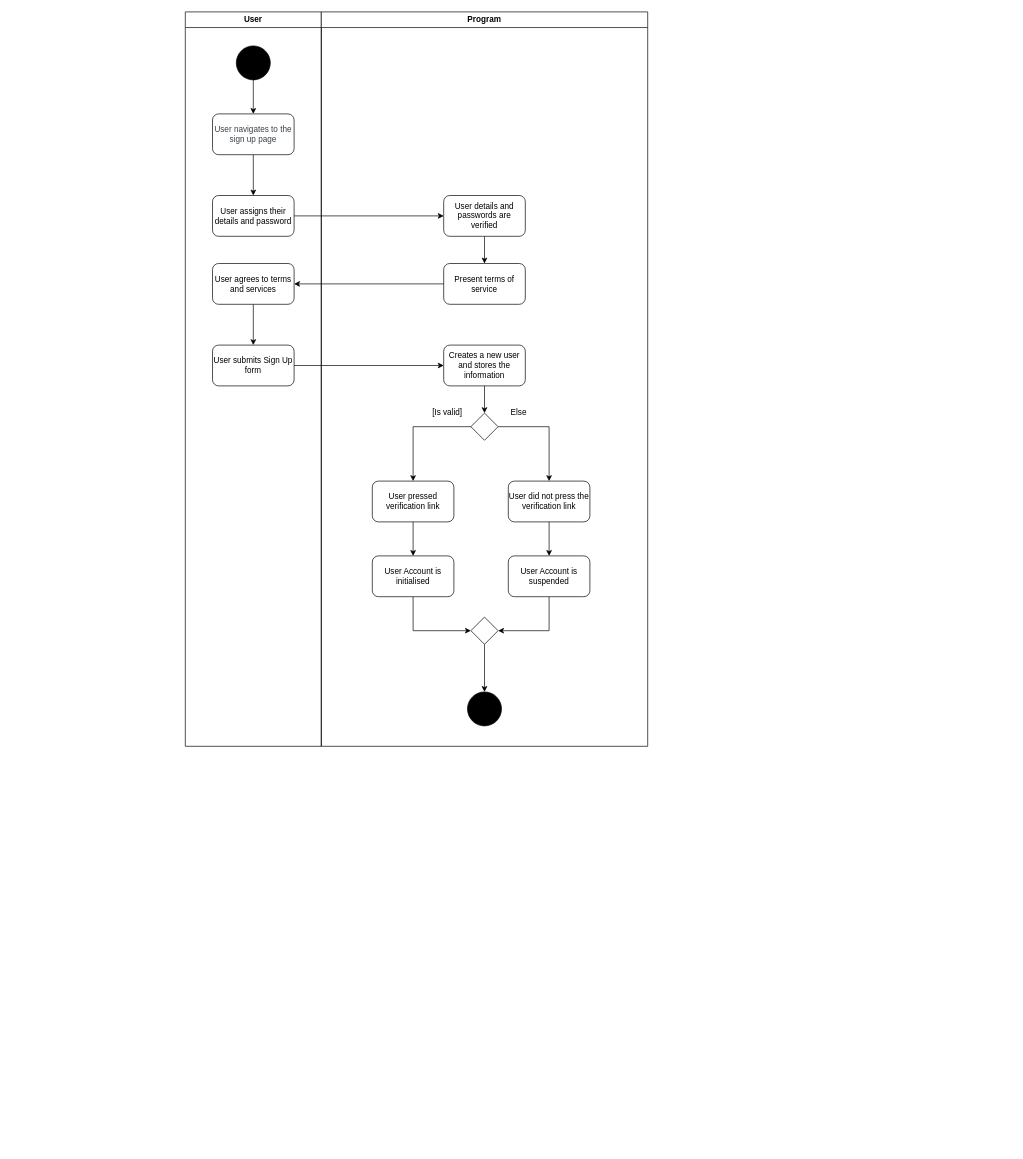
Before: Assignment 3/Activity 1/A3_SignUp_ActivityDiagram.drawio in s3950562/U_IT01_2, a draw.io diagram. Source tidied: cells renumbered, new cells numbered last; positions are measured from the earlier drawing's top-left corner, leaving out a move shared by most shapes. Both pictures are drawn from the tidied source at 68%, with x=0, y=0 at pixel (185, 12).
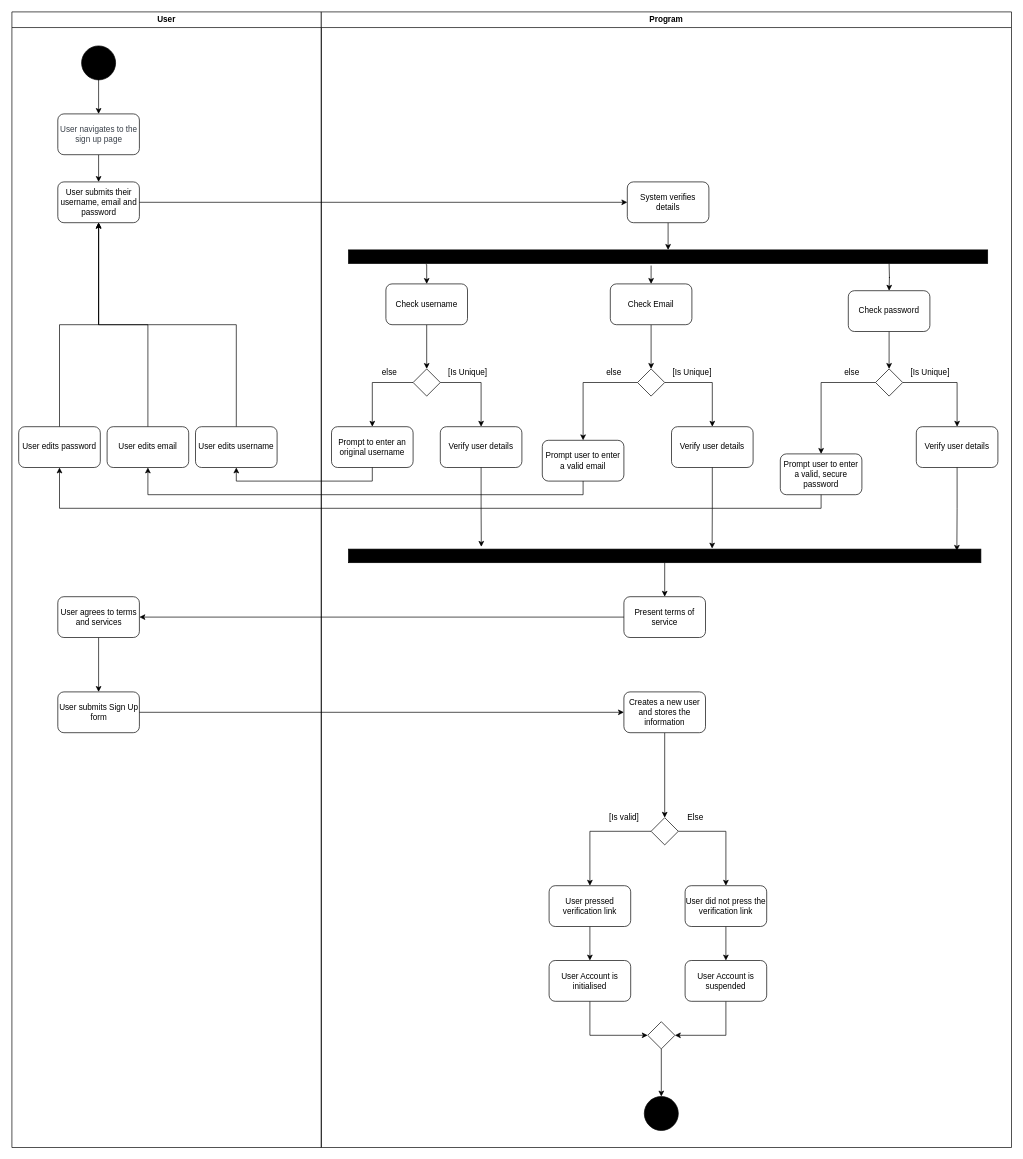
Above is the later version.

What changed in the source:
```diff
@@
     <mxCell id="2" value="User" style="swimlane;whiteSpace=wrap;html=1;" parent="1" vertex="1">
-      <mxGeometry width="200" height="1080" as="geometry" />
+      <mxGeometry x="-255" width="455" height="1670" as="geometry" />
     </mxCell>
-    <mxCell id="3" style="edgeStyle=orthogonalEdgeStyle;rounded=0;jettySize=auto;html=1;" parent="2" edge="1" source="4" target="7">
-      <mxGeometry relative="1" as="geometry" />
-    </mxCell>
+    <mxCell id="36" style="edgeStyle=orthogonalEdgeStyle;rounded=0;jettySize=auto;html=1;" parent="2" edge="1" source="4" target="39">
+      <mxGeometry relative="1" as="geometry" />
+    </mxCell>
     <mxCell id="4" value="&lt;span data-lucid-content=&quot;{&amp;quot;t&amp;quot;:&amp;quot;User navigates to the sign up page&amp;quot;,&amp;quot;m&amp;quot;:[{&amp;quot;s&amp;quot;:0,&amp;quot;n&amp;quot;:&amp;quot;s&amp;quot;,&amp;quot;v&amp;quot;:22.22222222222222,&amp;quot;e&amp;quot;:34},{&amp;quot;s&amp;quot;:0,&amp;quot;n&amp;quot;:&amp;quot;fsp&amp;quot;,&amp;quot;v&amp;quot;:&amp;quot;ss_presetShapeStyle1_textStyle&amp;quot;,&amp;quot;e&amp;quot;:34},{&amp;quot;s&amp;quot;:0,&amp;quot;n&amp;quot;:&amp;quot;fsp2&amp;quot;,&amp;quot;v&amp;quot;:&amp;quot;ss_presetShapeStyle1_textStyle&amp;quot;,&amp;quot;e&amp;quot;:34}]}&quot;&gt;&lt;span style=&quot;color: rgb(58, 65, 74);&quot;&gt;&lt;font style=&quot;font-size: 12px;&quot;&gt;User navigates to the sign up page&lt;/font&gt;&lt;/span&gt;&lt;/span&gt;" style="rounded=1;whiteSpace=wrap;html=1;" parent="2" vertex="1">
-      <mxGeometry x="40" y="150" width="120" height="60" as="geometry" />
+      <mxGeometry x="67.5" y="150" width="120" height="60" as="geometry" />
     </mxCell>
-    <mxCell id="5" style="edgeStyle=orthogonalEdgeStyle;rounded=0;jettySize=auto;html=1;" parent="2" edge="1" source="6" target="4">
-      <mxGeometry relative="1" as="geometry" />
-    </mxCell>
-    <mxCell id="6" style="ellipse;whiteSpace=wrap;html=1;fillColor=#000000;" parent="2" vertex="1">
-      <mxGeometry x="75" y="50" width="50" height="50" as="geometry" />
-    </mxCell>
-    <mxCell id="7" value="User assigns their details and password" style="rounded=1;whiteSpace=wrap;html=1;" parent="2" vertex="1">
-      <mxGeometry x="40" y="270" width="120" height="60" as="geometry" />
-    </mxCell>
+    <mxCell id="37" style="edgeStyle=orthogonalEdgeStyle;rounded=0;jettySize=auto;html=1;" parent="2" edge="1" source="38" target="4">
+      <mxGeometry relative="1" as="geometry" />
+    </mxCell>
+    <mxCell id="38" style="ellipse;whiteSpace=wrap;html=1;fillColor=#000000;" parent="2" vertex="1">
+      <mxGeometry x="102.5" y="50" width="50" height="50" as="geometry" />
+    </mxCell>
+    <mxCell id="39" value="User submits their username, email and password" style="rounded=1;whiteSpace=wrap;html=1;" parent="2" vertex="1">
+      <mxGeometry x="67.5" y="250" width="120" height="60" as="geometry" />
+    </mxCell>
@@
     <mxCell id="9" value="User agrees to terms and services" style="rounded=1;whiteSpace=wrap;html=1;" parent="2" vertex="1">
-      <mxGeometry x="40" y="370" width="120" height="60" as="geometry" />
+      <mxGeometry x="67.5" y="860" width="120" height="60" as="geometry" />
     </mxCell>
     <mxCell id="10" value="User submits Sign Up form" style="rounded=1;whiteSpace=wrap;html=1;" parent="2" vertex="1">
-      <mxGeometry x="40" y="490" width="120" height="60" as="geometry" />
+      <mxGeometry x="67.5" y="1000" width="120" height="60" as="geometry" />
     </mxCell>
+    <mxCell id="40" style="edgeStyle=orthogonalEdgeStyle;rounded=0;jettySize=auto;html=1;exitX=0.5;exitY=0;exitDx=0;exitDy=0;entryX=0.5;entryY=1;entryDx=0;entryDy=0;" parent="2" edge="1" source="41" target="39">
+      <mxGeometry relative="1" as="geometry" />
+    </mxCell>
+    <mxCell id="41" value="User edits username" style="rounded=1;whiteSpace=wrap;html=1;" parent="2" vertex="1">
+      <mxGeometry x="270" y="610" width="120" height="60" as="geometry" />
+    </mxCell>
+    <mxCell id="42" style="edgeStyle=orthogonalEdgeStyle;rounded=0;jettySize=auto;html=1;exitX=0.5;exitY=0;exitDx=0;exitDy=0;" parent="2" edge="1" source="43" target="39">
+      <mxGeometry relative="1" as="geometry" />
+    </mxCell>
+    <mxCell id="43" value="User edits email" style="rounded=1;whiteSpace=wrap;html=1;" parent="2" vertex="1">
+      <mxGeometry x="140" y="610" width="120" height="60" as="geometry" />
+    </mxCell>
+    <mxCell id="44" style="edgeStyle=orthogonalEdgeStyle;rounded=0;jettySize=auto;html=1;exitX=0.5;exitY=0;exitDx=0;exitDy=0;entryX=0.5;entryY=1;entryDx=0;entryDy=0;" parent="2" edge="1" source="45" target="39">
+      <mxGeometry relative="1" as="geometry" />
+    </mxCell>
+    <mxCell id="45" value="User edits password" style="rounded=1;whiteSpace=wrap;html=1;" parent="2" vertex="1">
+      <mxGeometry x="10" y="610" width="120" height="60" as="geometry" />
+    </mxCell>
     <mxCell id="11" value="Program" style="swimlane;whiteSpace=wrap;html=1;" parent="1" vertex="1">
-      <mxGeometry x="200" width="480" height="1080" as="geometry" />
+      <mxGeometry x="200" width="1015" height="1670" as="geometry" />
     </mxCell>
-    <mxCell id="12" style="edgeStyle=orthogonalEdgeStyle;rounded=0;jettySize=auto;html=1;" parent="11" edge="1" source="13" target="14">
-      <mxGeometry relative="1" as="geometry" />
-    </mxCell>
-    <mxCell id="13" value="User details and passwords are verified" style="rounded=1;whiteSpace=wrap;html=1;" parent="11" vertex="1">
-      <mxGeometry x="180" y="270" width="120" height="60" as="geometry" />
-    </mxCell>
+    <mxCell id="46" style="edgeStyle=orthogonalEdgeStyle;rounded=0;jettySize=auto;html=1;exitX=0;exitY=0.5;exitDx=0;exitDy=0;entryX=0.5;entryY=0;entryDx=0;entryDy=0;" parent="11" edge="1" source="48" target="56">
+      <mxGeometry relative="1" as="geometry" />
+    </mxCell>
+    <mxCell id="47" style="edgeStyle=orthogonalEdgeStyle;rounded=0;jettySize=auto;html=1;exitX=1;exitY=0.5;exitDx=0;exitDy=0;entryX=0.5;entryY=0;entryDx=0;entryDy=0;" parent="11" edge="1" source="48" target="55">
+      <mxGeometry relative="1" as="geometry" />
+    </mxCell>
+    <mxCell id="48" style="rhombus;whiteSpace=wrap;html=1;" parent="11" vertex="1">
+      <mxGeometry x="135" y="525" width="40" height="40" as="geometry" />
+    </mxCell>
+    <mxCell id="49" style="edgeStyle=orthogonalEdgeStyle;rounded=0;jettySize=auto;html=1;exitX=0;exitY=0.5;exitDx=0;exitDy=0;" parent="11" edge="1" source="51" target="70">
+      <mxGeometry relative="1" as="geometry" />
+    </mxCell>
+    <mxCell id="50" style="edgeStyle=orthogonalEdgeStyle;rounded=0;jettySize=auto;html=1;exitX=1;exitY=0.5;exitDx=0;exitDy=0;entryX=0.5;entryY=0;entryDx=0;entryDy=0;" parent="11" edge="1" source="51" target="71">
+      <mxGeometry relative="1" as="geometry" />
+    </mxCell>
+    <mxCell id="51" style="rhombus;whiteSpace=wrap;html=1;" parent="11" vertex="1">
+      <mxGeometry x="465" y="525" width="40" height="40" as="geometry" />
+    </mxCell>
+    <mxCell id="52" style="edgeStyle=orthogonalEdgeStyle;rounded=0;jettySize=auto;html=1;exitX=0.5;exitY=1;exitDx=0;exitDy=0;entryX=0.5;entryY=0;entryDx=0;entryDy=0;" parent="11" edge="1" source="53" target="57">
+      <mxGeometry relative="1" as="geometry" />
+    </mxCell>
+    <mxCell id="53" value="System verifies details" style="rounded=1;whiteSpace=wrap;html=1;" parent="11" vertex="1">
+      <mxGeometry x="450" y="250" width="120" height="60" as="geometry" />
+    </mxCell>
+    <mxCell id="54" value="[Is Unique]" style="text;html=1;align=center;verticalAlign=middle;strokeColor=none;fillColor=none;" parent="11" vertex="1">
+      <mxGeometry x="175" y="515" width="80" height="30" as="geometry" />
+    </mxCell>
+    <mxCell id="55" value="Verify user details" style="rounded=1;whiteSpace=wrap;html=1;" parent="11" vertex="1">
+      <mxGeometry x="175" y="610" width="120" height="60" as="geometry" />
+    </mxCell>
+    <mxCell id="56" value="Prompt to enter an original username" style="rounded=1;whiteSpace=wrap;html=1;" parent="11" vertex="1">
+      <mxGeometry x="15" y="610" width="120" height="60" as="geometry" />
+    </mxCell>
+    <mxCell id="57" style="rounded=0;whiteSpace=wrap;html=1;fillColor=#000000;" parent="11" vertex="1">
+      <mxGeometry x="40" y="350" width="940" height="20" as="geometry" />
+    </mxCell>
+    <mxCell id="58" value="else" style="text;html=1;align=center;verticalAlign=middle;strokeColor=none;fillColor=none;" parent="11" vertex="1">
+      <mxGeometry x="75" y="515" width="50" height="30" as="geometry" />
+    </mxCell>
+    <mxCell id="59" style="edgeStyle=orthogonalEdgeStyle;rounded=0;jettySize=auto;html=1;exitX=0.5;exitY=1;exitDx=0;exitDy=0;entryX=0.5;entryY=0;entryDx=0;entryDy=0;" parent="11" edge="1" source="60" target="48">
+      <mxGeometry relative="1" as="geometry" />
+    </mxCell>
+    <mxCell id="60" value="Check username" style="rounded=1;whiteSpace=wrap;html=1;" parent="11" vertex="1">
+      <mxGeometry x="95" y="400" width="120" height="60" as="geometry" />
+    </mxCell>
+    <mxCell id="61" style="edgeStyle=orthogonalEdgeStyle;rounded=0;jettySize=auto;html=1;exitX=0.121;exitY=1.083;exitDx=0;exitDy=0;exitPerimeter=0;entryX=0.5;entryY=0;entryDx=0;entryDy=0;" parent="11" edge="1" source="57" target="60">
+      <mxGeometry relative="1" as="geometry" />
+    </mxCell>
+    <mxCell id="62" style="edgeStyle=orthogonalEdgeStyle;rounded=0;jettySize=auto;html=1;entryX=0.5;entryY=0;entryDx=0;entryDy=0;" parent="11" edge="1" target="64">
+      <mxGeometry relative="1" as="geometry">
+        <mxPoint x="485" y="373" as="sourcePoint" />
+        <Array as="points">
+          <mxPoint x="485" y="373" />
+        </Array>
+      </mxGeometry>
+    </mxCell>
+    <mxCell id="63" style="edgeStyle=orthogonalEdgeStyle;rounded=0;jettySize=auto;html=1;" parent="11" edge="1" source="64" target="51">
+      <mxGeometry relative="1" as="geometry" />
+    </mxCell>
+    <mxCell id="64" value="Check Email" style="rounded=1;whiteSpace=wrap;html=1;" parent="11" vertex="1">
+      <mxGeometry x="425" y="400" width="120" height="60" as="geometry" />
+    </mxCell>
+    <mxCell id="65" style="edgeStyle=orthogonalEdgeStyle;rounded=0;jettySize=auto;html=1;" parent="11" edge="1" source="66" target="69">
+      <mxGeometry relative="1" as="geometry" />
+    </mxCell>
+    <mxCell id="66" value="Check password" style="rounded=1;whiteSpace=wrap;html=1;" parent="11" vertex="1">
+      <mxGeometry x="775" y="410" width="120" height="60" as="geometry" />
+    </mxCell>
+    <mxCell id="67" style="edgeStyle=orthogonalEdgeStyle;rounded=0;jettySize=auto;html=1;exitX=0;exitY=0.5;exitDx=0;exitDy=0;entryX=0.5;entryY=0;entryDx=0;entryDy=0;" parent="11" edge="1" source="69" target="73">
+      <mxGeometry relative="1" as="geometry" />
+    </mxCell>
+    <mxCell id="68" style="edgeStyle=orthogonalEdgeStyle;rounded=0;jettySize=auto;html=1;exitX=1;exitY=0.5;exitDx=0;exitDy=0;" parent="11" edge="1" source="69" target="74">
+      <mxGeometry relative="1" as="geometry" />
+    </mxCell>
+    <mxCell id="69" style="rhombus;whiteSpace=wrap;html=1;" parent="11" vertex="1">
+      <mxGeometry x="815" y="525" width="40" height="40" as="geometry" />
+    </mxCell>
+    <mxCell id="70" value="Prompt user to enter a valid email" style="rounded=1;whiteSpace=wrap;html=1;" parent="11" vertex="1">
+      <mxGeometry x="325" y="630" width="120" height="60" as="geometry" />
+    </mxCell>
+    <mxCell id="71" value="Verify user details" style="rounded=1;whiteSpace=wrap;html=1;" parent="11" vertex="1">
+      <mxGeometry x="515" y="610" width="120" height="60" as="geometry" />
+    </mxCell>
+    <mxCell id="72" style="edgeStyle=orthogonalEdgeStyle;rounded=0;orthogonalLoop=1;jettySize=auto;html=1;" parent="11" edge="1">
+      <mxGeometry relative="1" as="geometry">
+        <mxPoint x="835" y="370" as="sourcePoint" />
+        <mxPoint x="835" y="410" as="targetPoint" />
+      </mxGeometry>
+    </mxCell>
+    <mxCell id="73" value="Prompt user to enter a valid, secure password" style="rounded=1;whiteSpace=wrap;html=1;" parent="11" vertex="1">
+      <mxGeometry x="675" y="650" width="120" height="60" as="geometry" />
+    </mxCell>
+    <mxCell id="74" value="Verify user details" style="rounded=1;whiteSpace=wrap;html=1;" parent="11" vertex="1">
+      <mxGeometry x="875" y="610" width="120" height="60" as="geometry" />
+    </mxCell>
+    <mxCell id="75" value="[Is Unique]" style="text;html=1;align=center;verticalAlign=middle;strokeColor=none;fillColor=none;" parent="11" vertex="1">
+      <mxGeometry x="505" y="515" width="80" height="30" as="geometry" />
+    </mxCell>
+    <mxCell id="76" value="else" style="text;html=1;align=center;verticalAlign=middle;strokeColor=none;fillColor=none;" parent="11" vertex="1">
+      <mxGeometry x="405" y="515" width="50" height="30" as="geometry" />
+    </mxCell>
+    <mxCell id="77" value="[Is Unique]" style="text;html=1;align=center;verticalAlign=middle;strokeColor=none;fillColor=none;" parent="11" vertex="1">
+      <mxGeometry x="855" y="515" width="80" height="30" as="geometry" />
+    </mxCell>
+    <mxCell id="78" value="else" style="text;html=1;align=center;verticalAlign=middle;strokeColor=none;fillColor=none;" parent="11" vertex="1">
+      <mxGeometry x="755" y="515" width="50" height="30" as="geometry" />
+    </mxCell>
+    <mxCell id="79" style="edgeStyle=orthogonalEdgeStyle;rounded=0;jettySize=auto;html=1;exitX=0.5;exitY=1;exitDx=0;exitDy=0;entryX=0.5;entryY=0;entryDx=0;entryDy=0;" parent="11" edge="1" source="80" target="14">
+      <mxGeometry relative="1" as="geometry" />
+    </mxCell>
+    <mxCell id="80" style="rounded=0;whiteSpace=wrap;html=1;fillColor=#000000;" parent="11" vertex="1">
+      <mxGeometry x="40" y="790" width="930" height="20" as="geometry" />
+    </mxCell>
+    <mxCell id="81" style="edgeStyle=orthogonalEdgeStyle;rounded=0;jettySize=auto;html=1;exitX=0.5;exitY=1;exitDx=0;exitDy=0;entryX=0.21;entryY=-0.167;entryDx=0;entryDy=0;entryPerimeter=0;" parent="11" edge="1" source="55" target="80">
+      <mxGeometry relative="1" as="geometry" />
+    </mxCell>
+    <mxCell id="82" style="edgeStyle=orthogonalEdgeStyle;rounded=0;jettySize=auto;html=1;exitX=0.5;exitY=1;exitDx=0;exitDy=0;entryX=0.575;entryY=-0.042;entryDx=0;entryDy=0;entryPerimeter=0;" parent="11" edge="1" source="71" target="80">
+      <mxGeometry relative="1" as="geometry" />
+    </mxCell>
+    <mxCell id="83" style="edgeStyle=orthogonalEdgeStyle;rounded=0;jettySize=auto;html=1;exitX=0.5;exitY=1;exitDx=0;exitDy=0;entryX=0.962;entryY=0.125;entryDx=0;entryDy=0;entryPerimeter=0;" parent="11" edge="1" source="74" target="80">
+      <mxGeometry relative="1" as="geometry" />
+    </mxCell>
     <mxCell id="14" value="Present terms of service" style="rounded=1;whiteSpace=wrap;html=1;" parent="11" vertex="1">
-      <mxGeometry x="180" y="370" width="120" height="60" as="geometry" />
+      <mxGeometry x="445" y="860" width="120" height="60" as="geometry" />
     </mxCell>
-    <mxCell id="15" style="edgeStyle=orthogonalEdgeStyle;rounded=0;jettySize=auto;html=1;exitX=0.5;exitY=1;exitDx=0;exitDy=0;entryX=0.5;entryY=0;entryDx=0;entryDy=0;" parent="11" edge="1" source="16" target="19">
-      <mxGeometry relative="1" as="geometry" />
-    </mxCell>
+    <mxCell id="84" style="edgeStyle=orthogonalEdgeStyle;rounded=0;jettySize=auto;html=1;exitX=0.5;exitY=1;exitDx=0;exitDy=0;entryX=0.5;entryY=0;entryDx=0;entryDy=0;" parent="11" edge="1" source="16" target="87">
+      <mxGeometry relative="1" as="geometry" />
+    </mxCell>
     <mxCell id="16" value="Creates a new user and stores the information" style="rounded=1;whiteSpace=wrap;html=1;" parent="11" vertex="1">
-      <mxGeometry x="180" y="490" width="120" height="60" as="geometry" />
+      <mxGeometry x="445" y="1000" width="120" height="60" as="geometry" />
     </mxCell>
-    <mxCell id="17" style="edgeStyle=orthogonalEdgeStyle;rounded=0;jettySize=auto;html=1;exitX=0;exitY=0.5;exitDx=0;exitDy=0;entryX=0.5;entryY=0;entryDx=0;entryDy=0;" parent="11" edge="1" source="19" target="21">
-      <mxGeometry relative="1" as="geometry" />
-    </mxCell>
-    <mxCell id="18" style="edgeStyle=orthogonalEdgeStyle;rounded=0;jettySize=auto;html=1;exitX=1;exitY=0.5;exitDx=0;exitDy=0;entryX=0.5;entryY=0;entryDx=0;entryDy=0;" parent="11" edge="1" source="19" target="23">
-      <mxGeometry relative="1" as="geometry" />
-    </mxCell>
-    <mxCell id="19" style="rhombus;whiteSpace=wrap;html=1;" parent="11" vertex="1">
-      <mxGeometry x="220" y="590" width="40" height="40" as="geometry" />
-    </mxCell>
+    <mxCell id="85" style="edgeStyle=orthogonalEdgeStyle;rounded=0;jettySize=auto;html=1;exitX=0;exitY=0.5;exitDx=0;exitDy=0;entryX=0.5;entryY=0;entryDx=0;entryDy=0;" parent="11" edge="1" source="87" target="21">
+      <mxGeometry relative="1" as="geometry" />
+    </mxCell>
+    <mxCell id="86" style="edgeStyle=orthogonalEdgeStyle;rounded=0;jettySize=auto;html=1;exitX=1;exitY=0.5;exitDx=0;exitDy=0;entryX=0.5;entryY=0;entryDx=0;entryDy=0;" parent="11" edge="1" source="87" target="23">
+      <mxGeometry relative="1" as="geometry" />
+    </mxCell>
+    <mxCell id="87" style="rhombus;whiteSpace=wrap;html=1;" parent="11" vertex="1">
+      <mxGeometry x="485" y="1185" width="40" height="40" as="geometry" />
+    </mxCell>
@@
     <mxCell id="21" value="User pressed verification link" style="rounded=1;whiteSpace=wrap;html=1;" parent="11" vertex="1">
-      <mxGeometry x="75" y="690" width="120" height="60" as="geometry" />
+      <mxGeometry x="335" y="1285" width="120" height="60" as="geometry" />
     </mxCell>
@@
     <mxCell id="23" value="User did not press the verification link" style="rounded=1;whiteSpace=wrap;html=1;" parent="11" vertex="1">
-      <mxGeometry x="275" y="690" width="120" height="60" as="geometry" />
+      <mxGeometry x="535" y="1285" width="120" height="60" as="geometry" />
     </mxCell>
-    <mxCell id="24" style="edgeStyle=orthogonalEdgeStyle;rounded=0;jettySize=auto;html=1;exitX=0.5;exitY=1;exitDx=0;exitDy=0;entryX=1;entryY=0.5;entryDx=0;entryDy=0;" parent="11" edge="1" source="25" target="29">
-      <mxGeometry relative="1" as="geometry" />
-    </mxCell>
+    <mxCell id="88" style="edgeStyle=orthogonalEdgeStyle;rounded=0;jettySize=auto;html=1;exitX=0.5;exitY=1;exitDx=0;exitDy=0;entryX=1;entryY=0.5;entryDx=0;entryDy=0;" parent="11" edge="1" source="25" target="91">
+      <mxGeometry relative="1" as="geometry" />
+    </mxCell>
     <mxCell id="25" value="User Account is suspended" style="rounded=1;whiteSpace=wrap;html=1;" parent="11" vertex="1">
-      <mxGeometry x="275" y="800" width="120" height="60" as="geometry" />
+      <mxGeometry x="535" y="1395" width="120" height="60" as="geometry" />
     </mxCell>
-    <mxCell id="26" style="edgeStyle=orthogonalEdgeStyle;rounded=0;jettySize=auto;html=1;exitX=0.5;exitY=1;exitDx=0;exitDy=0;entryX=0;entryY=0.5;entryDx=0;entryDy=0;" parent="11" edge="1" source="27" target="29">
-      <mxGeometry relative="1" as="geometry" />
-    </mxCell>
+    <mxCell id="89" style="edgeStyle=orthogonalEdgeStyle;rounded=0;jettySize=auto;html=1;exitX=0.5;exitY=1;exitDx=0;exitDy=0;entryX=0;entryY=0.5;entryDx=0;entryDy=0;" parent="11" edge="1" source="27" target="91">
+      <mxGeometry relative="1" as="geometry" />
+    </mxCell>
     <mxCell id="27" value="User Account is initialised" style="rounded=1;whiteSpace=wrap;html=1;" parent="11" vertex="1">
-      <mxGeometry x="75" y="800" width="120" height="60" as="geometry" />
+      <mxGeometry x="335" y="1395" width="120" height="60" as="geometry" />
     </mxCell>
-    <mxCell id="28" style="edgeStyle=orthogonalEdgeStyle;rounded=0;jettySize=auto;html=1;exitX=0.5;exitY=1;exitDx=0;exitDy=0;entryX=0.5;entryY=0;entryDx=0;entryDy=0;" parent="11" edge="1" source="29" target="30">
-      <mxGeometry relative="1" as="geometry" />
-    </mxCell>
-    <mxCell id="29" style="rhombus;whiteSpace=wrap;html=1;" parent="11" vertex="1">
-      <mxGeometry x="220" y="890" width="40" height="40" as="geometry" />
-    </mxCell>
-    <mxCell id="30" style="ellipse;whiteSpace=wrap;html=1;fillColor=#000000;" parent="11" vertex="1">
-      <mxGeometry x="215" y="1000" width="50" height="50" as="geometry" />
-    </mxCell>
+    <mxCell id="90" style="edgeStyle=orthogonalEdgeStyle;rounded=0;jettySize=auto;html=1;exitX=0.5;exitY=1;exitDx=0;exitDy=0;entryX=0.5;entryY=0;entryDx=0;entryDy=0;" parent="11" edge="1" source="91" target="92">
+      <mxGeometry relative="1" as="geometry" />
+    </mxCell>
+    <mxCell id="91" style="rhombus;whiteSpace=wrap;html=1;" parent="11" vertex="1">
+      <mxGeometry x="480" y="1485" width="40" height="40" as="geometry" />
+    </mxCell>
+    <mxCell id="92" style="ellipse;whiteSpace=wrap;html=1;fillColor=#000000;" parent="11" vertex="1">
+      <mxGeometry x="475" y="1595" width="50" height="50" as="geometry" />
+    </mxCell>
     <mxCell id="31" value="[Is valid]" style="text;html=1;align=center;verticalAlign=middle;strokeColor=none;fillColor=none;" parent="11" vertex="1">
-      <mxGeometry x="150" y="575" width="70" height="30" as="geometry" />
+      <mxGeometry x="410" y="1170" width="70" height="30" as="geometry" />
     </mxCell>
     <mxCell id="32" value="Else" style="text;html=1;align=center;verticalAlign=middle;strokeColor=none;fillColor=none;" parent="11" vertex="1">
-      <mxGeometry x="265" y="575" width="50" height="30" as="geometry" />
+      <mxGeometry x="525" y="1170" width="50" height="30" as="geometry" />
     </mxCell>
-    <mxCell id="33" style="edgeStyle=orthogonalEdgeStyle;rounded=0;jettySize=auto;html=1;exitX=1;exitY=0.5;exitDx=0;exitDy=0;" parent="1" edge="1" source="7" target="13">
-      <mxGeometry relative="1" as="geometry" />
-    </mxCell>
+    <mxCell id="93" style="edgeStyle=orthogonalEdgeStyle;rounded=0;jettySize=auto;html=1;exitX=1;exitY=0.5;exitDx=0;exitDy=0;" parent="1" edge="1" source="39" target="53">
+      <mxGeometry relative="1" as="geometry" />
+    </mxCell>
@@
+    <mxCell id="94" style="edgeStyle=orthogonalEdgeStyle;rounded=0;jettySize=auto;html=1;exitX=0.5;exitY=1;exitDx=0;exitDy=0;entryX=0.5;entryY=1;entryDx=0;entryDy=0;" parent="1" edge="1" source="56" target="41">
+      <mxGeometry relative="1" as="geometry" />
+    </mxCell>
+    <mxCell id="95" style="edgeStyle=orthogonalEdgeStyle;rounded=0;jettySize=auto;html=1;exitX=0.5;exitY=1;exitDx=0;exitDy=0;entryX=0.5;entryY=1;entryDx=0;entryDy=0;" parent="1" edge="1" source="70" target="43">
+      <mxGeometry relative="1" as="geometry" />
+    </mxCell>
+    <mxCell id="96" style="edgeStyle=orthogonalEdgeStyle;rounded=0;jettySize=auto;html=1;exitX=0.5;exitY=1;exitDx=0;exitDy=0;entryX=0.5;entryY=1;entryDx=0;entryDy=0;" parent="1" edge="1" source="73" target="45">
+      <mxGeometry relative="1" as="geometry" />
+    </mxCell>
```
